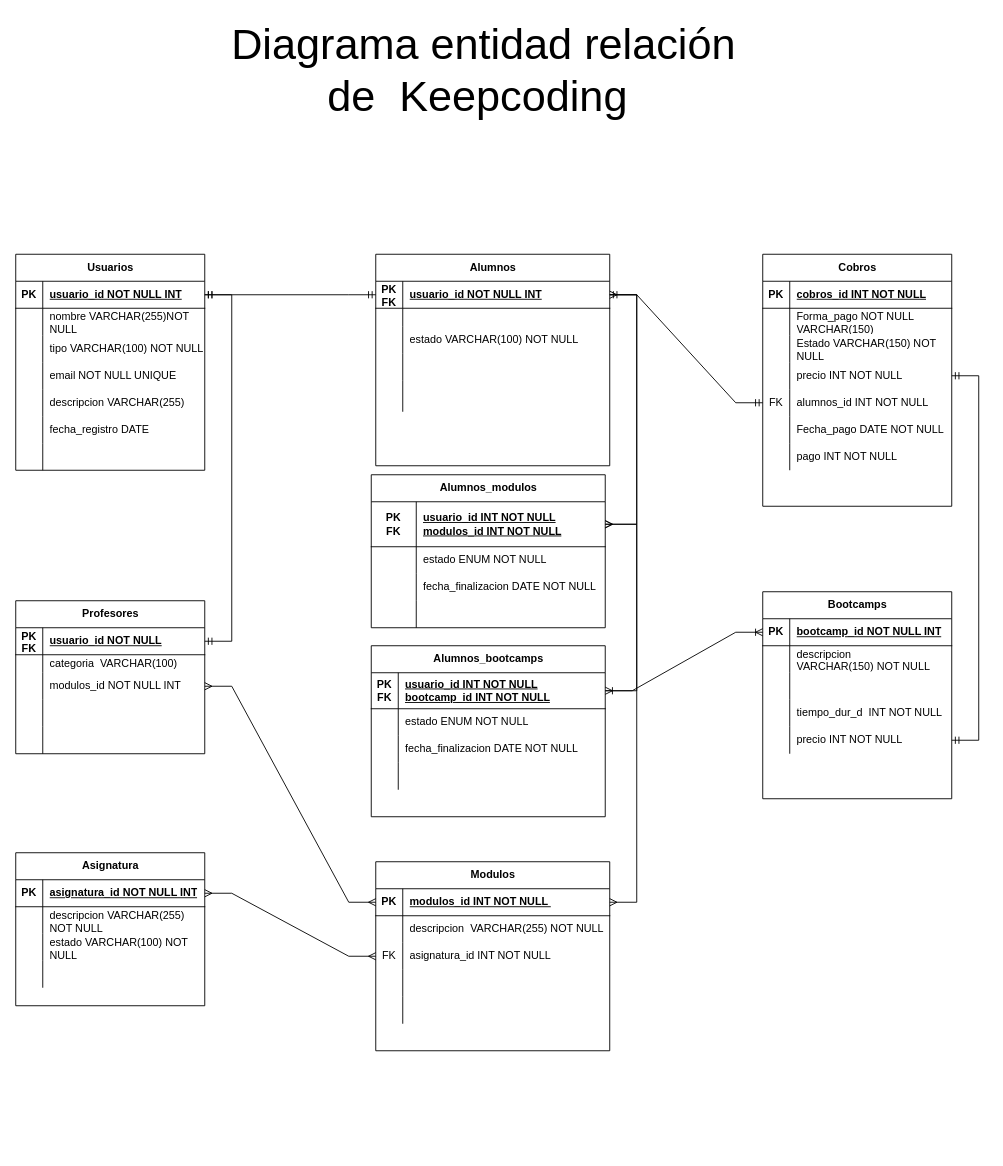
Above: Diagrama_ERKeepCoding.drawio in NauziX/SQL_Advanced_Practice (draw.io), before the change. Source tidied: cells renumbered, new cells numbered last; positions are measured from the earlier drawing's top-left corner, leaving out a move shared by most shapes. Both pictures are drawn from the tidied source at 90%, with x=0, y=0 at pixel (-201, 15).
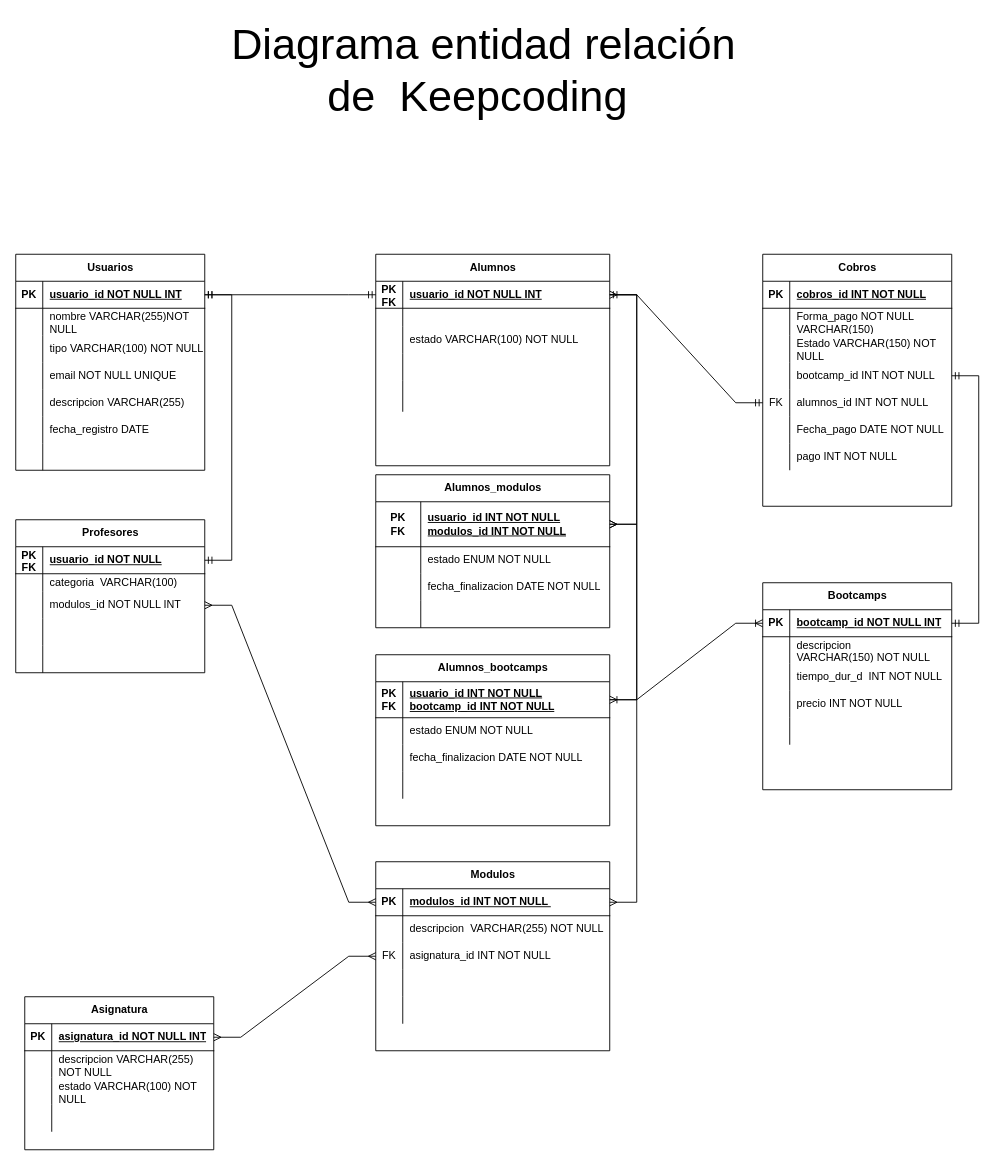
The same diagram, later.

Unchanged cells that the change refers to:
```xml
<mxCell id="4" style="shape=tableRow;horizontal=0;startSize=0;swimlaneHead=0;swimlaneBody=0;fillColor=none;points=[[0,0.5],[1,0.5]];portConstraint=eastwest;top=0;left=0;right=0;bottom=1;" parent="3" vertex="1">
  <mxGeometry y="30" width="210" height="30" as="geometry" />
</mxCell>
<mxCell id="96" style="shape=tableRow;horizontal=0;startSize=0;swimlaneHead=0;swimlaneBody=0;fillColor=none;points=[[0,0.5],[1,0.5]];portConstraint=eastwest;top=0;left=0;right=0;bottom=0;" parent="86" vertex="1">
  <mxGeometry y="120" width="210" height="30" as="geometry" />
</mxCell>
```

Diff of the diagram source:
```diff
@@
     <mxCell id="3" value="Bootcamps" style="shape=table;startSize=30;childLayout=tableLayout;rowLines=0;fontStyle=1;align=center;html=1;" parent="1" vertex="1">
-      <mxGeometry x="1070" y="640" width="210" height="230" as="geometry" />
+      <mxGeometry x="1070" y="630" width="210" height="230" as="geometry" />
     </mxCell>
@@
-    <mxCell id="10" style="shape=tableRow;horizontal=0;startSize=0;swimlaneHead=0;swimlaneBody=0;fillColor=none;top=0;left=0;right=0;bottom=0;" parent="3" vertex="1">
-      <mxGeometry y="90" width="210" height="30" as="geometry" />
-    </mxCell>
-    <mxCell id="11" style="shape=partialRectangle;fillColor=none;top=0;left=0;bottom=0;right=0;overflow=hidden;whiteSpace=wrap;html=1;" parent="10" vertex="1">
-      <mxGeometry width="30" height="30" as="geometry" />
-    </mxCell>
-    <mxCell id="12" style="shape=partialRectangle;fillColor=none;top=0;left=0;bottom=0;right=0;align=left;spacingLeft=6;overflow=hidden;whiteSpace=wrap;html=1;" parent="10" vertex="1">
-      <mxGeometry x="30" width="180" height="30" as="geometry" />
-    </mxCell>
     <mxCell id="13" style="shape=tableRow;horizontal=0;startSize=0;swimlaneHead=0;swimlaneBody=0;fillColor=none;top=0;left=0;right=0;bottom=0;" parent="3" vertex="1">
-      <mxGeometry y="120" width="210" height="30" as="geometry" />
+      <mxGeometry y="90" width="210" height="30" as="geometry" />
     </mxCell>
@@
     <mxCell id="16" style="shape=tableRow;horizontal=0;startSize=0;swimlaneHead=0;swimlaneBody=0;fillColor=none;points=[[0,0.5],[1,0.5]];portConstraint=eastwest;top=0;left=0;right=0;bottom=0;" parent="3" vertex="1">
-      <mxGeometry y="150" width="210" height="30" as="geometry" />
+      <mxGeometry y="120" width="210" height="30" as="geometry" />
     </mxCell>
@@
+    <mxCell id="10" style="shape=tableRow;horizontal=0;startSize=0;swimlaneHead=0;swimlaneBody=0;fillColor=none;top=0;left=0;right=0;bottom=0;" parent="3" vertex="1">
+      <mxGeometry y="150" width="210" height="30" as="geometry" />
+    </mxCell>
+    <mxCell id="11" style="shape=partialRectangle;fillColor=none;top=0;left=0;bottom=0;right=0;overflow=hidden;whiteSpace=wrap;html=1;" parent="10" vertex="1">
+      <mxGeometry width="30" height="30" as="geometry" />
+    </mxCell>
+    <mxCell id="12" style="shape=partialRectangle;fillColor=none;top=0;left=0;bottom=0;right=0;align=left;spacingLeft=6;overflow=hidden;whiteSpace=wrap;html=1;" parent="10" vertex="1">
+      <mxGeometry x="30" width="180" height="30" as="geometry" />
+    </mxCell>
@@
     <mxCell id="35" value="Asignatura" style="shape=table;startSize=30;childLayout=tableLayout;rowLines=0;fontStyle=1;align=center;html=1;" parent="1" vertex="1">
-      <mxGeometry x="240" y="930" width="210" height="170" as="geometry" />
+      <mxGeometry x="250" y="1090" width="210" height="170" as="geometry" />
     </mxCell>
@@
     <mxCell id="48" value="Profesores" style="shape=table;startSize=30;childLayout=tableLayout;rowLines=0;fontStyle=1;align=center;html=1;" parent="1" vertex="1">
-      <mxGeometry x="240" y="650" width="210" height="170" as="geometry" />
+      <mxGeometry x="240" y="560" width="210" height="170" as="geometry" />
     </mxCell>
@@
-    <mxCell id="98" value="precio INT NOT NULL&amp;nbsp;" style="shape=partialRectangle;fillColor=none;top=0;left=0;bottom=0;right=0;align=left;spacingLeft=6;overflow=hidden;whiteSpace=wrap;html=1;" parent="96" vertex="1">
+    <mxCell id="98" value="bootcamp_id INT NOT NULL&amp;nbsp;" style="shape=partialRectangle;fillColor=none;top=0;left=0;bottom=0;right=0;align=left;spacingLeft=6;overflow=hidden;whiteSpace=wrap;html=1;" parent="96" vertex="1">
       <mxGeometry x="30" width="180" height="30" as="geometry" />
     </mxCell>
@@
-    <mxCell id="110" style="edgeStyle=entityRelationEdgeStyle;fontSize=12;html=1;endArrow=ERmandOne;startArrow=ERmandOne;rounded=0;" parent="1" edge="1" source="16" target="96">
+    <mxCell id="110" style="edgeStyle=entityRelationEdgeStyle;fontSize=12;html=1;endArrow=ERmandOne;startArrow=ERmandOne;rounded=0;" parent="1" edge="1" source="4" target="96">
       <mxGeometry relative="1" as="geometry">
         <Array as="points">
           <mxPoint x="1200" y="380" />
         </Array>
       </mxGeometry>
     </mxCell>
@@
     <mxCell id="114" value="Alumnos_bootcamps" style="shape=table;startSize=30;childLayout=tableLayout;rowLines=0;fontStyle=1;align=center;html=1;" parent="1" vertex="1">
-      <mxGeometry x="635" y="700" width="260" height="190" as="geometry" />
+      <mxGeometry x="640" y="710" width="260" height="190" as="geometry" />
     </mxCell>
@@
     <mxCell id="127" value="Alumnos_modulos" style="shape=table;startSize=30;childLayout=tableLayout;rowLines=0;fontStyle=1;align=center;html=1;" parent="1" vertex="1">
-      <mxGeometry x="635" y="510" width="260" height="170" as="geometry" />
+      <mxGeometry x="640" y="510" width="260" height="170" as="geometry" />
     </mxCell>
```
